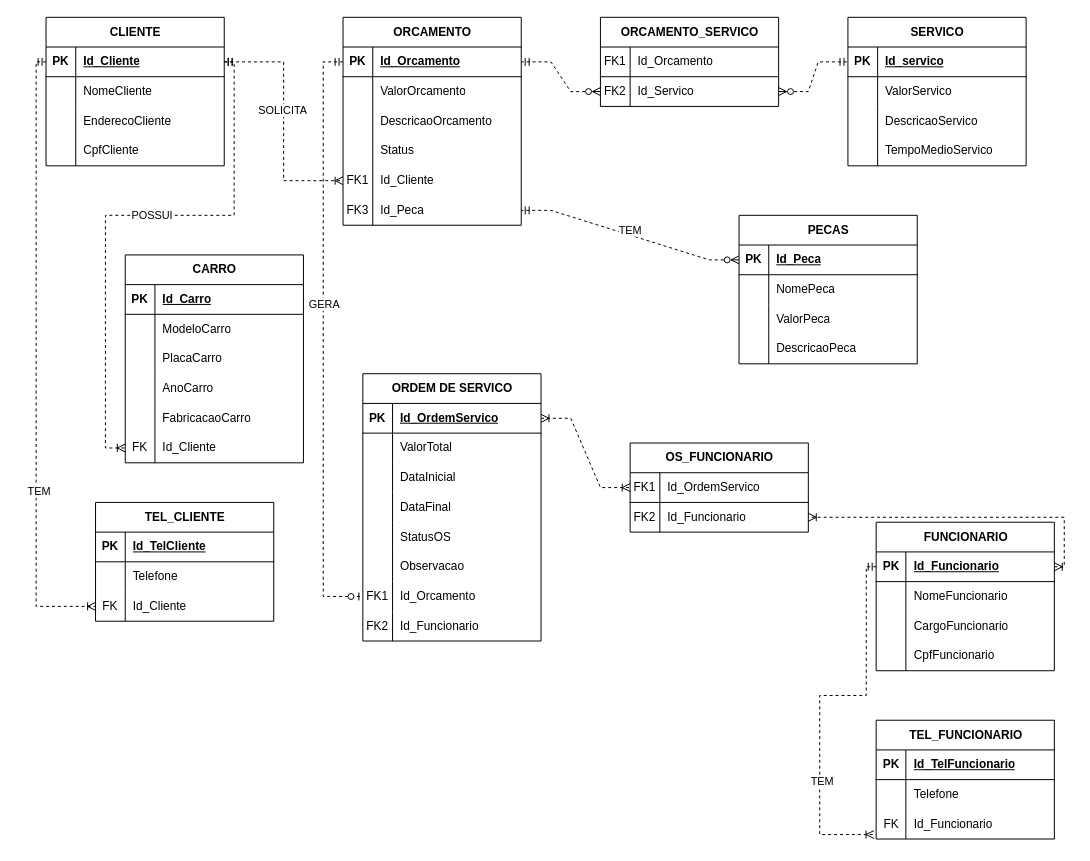
Earlier version of the draw.io diagram Conceitual_AMCamillo.drawio (VyttorRamos/BDDIFSPCJO). Source tidied: cells renumbered, new cells numbered last; positions are measured from the earlier drawing's top-left corner, leaving out a move shared by most shapes. Both pictures are drawn from the tidied source at 99%, with x=0, y=0 at pixel (46, 17).
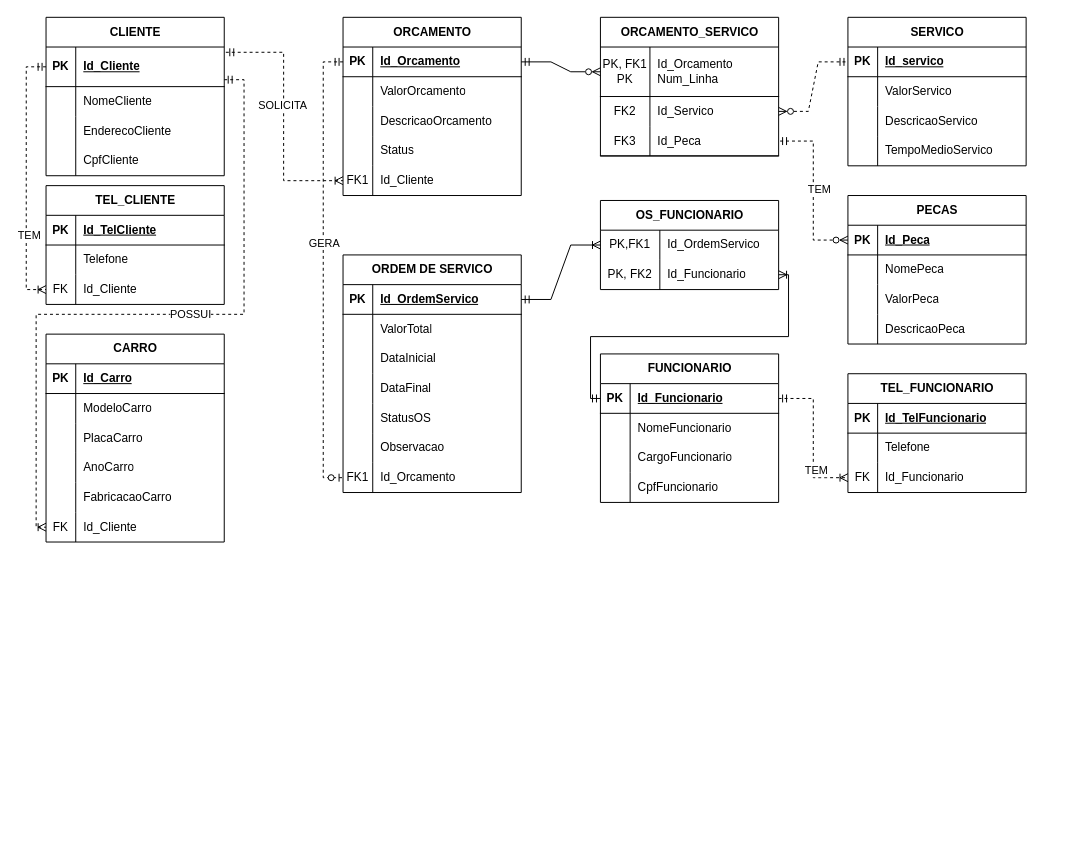
After the change.

Unchanged cells that the change refers to:
```xml
<mxCell id="31" style="shape=tableRow;horizontal=0;startSize=0;swimlaneHead=0;swimlaneBody=0;fillColor=none;points=[[0,0.5],[1,0.5]];portConstraint=eastwest;top=0;left=0;right=0;bottom=0;" parent="15" vertex="1">
  <mxGeometry y="180" width="180" height="30" as="geometry" />
</mxCell>
<mxCell id="35" style="shape=tableRow;horizontal=0;startSize=0;swimlaneHead=0;swimlaneBody=0;fillColor=none;points=[[0,0.5],[1,0.5]];portConstraint=eastwest;top=0;left=0;right=0;bottom=1;" parent="34" vertex="1">
  <mxGeometry y="30" width="180" height="30" as="geometry" />
</mxCell>
<mxCell id="47" style="shape=tableRow;horizontal=0;startSize=0;swimlaneHead=0;swimlaneBody=0;fillColor=none;points=[[0,0.5],[1,0.5]];portConstraint=eastwest;top=0;left=0;right=0;bottom=0;" parent="34" vertex="1">
  <mxGeometry y="150" width="180" height="30" as="geometry" />
</mxCell>
<mxCell id="67" style="shape=tableRow;horizontal=0;startSize=0;swimlaneHead=0;swimlaneBody=0;fillColor=none;points=[[0,0.5],[1,0.5]];portConstraint=eastwest;top=0;left=0;right=0;bottom=1;" parent="66" vertex="1">
  <mxGeometry y="30" width="180" height="30" as="geometry" />
</mxCell>
<mxCell id="85" style="shape=tableRow;horizontal=0;startSize=0;swimlaneHead=0;swimlaneBody=0;fillColor=none;points=[[0,0.5],[1,0.5]];portConstraint=eastwest;top=0;left=0;right=0;bottom=0;" parent="66" vertex="1">
  <mxGeometry y="210" width="180" height="30" as="geometry" />
</mxCell>
<mxCell id="92" style="shape=tableRow;horizontal=0;startSize=0;swimlaneHead=0;swimlaneBody=0;fillColor=none;points=[[0,0.5],[1,0.5]];portConstraint=eastwest;top=0;left=0;right=0;bottom=1;" parent="91" vertex="1">
  <mxGeometry y="30" width="180" height="30" as="geometry" />
</mxCell>
<mxCell id="105" style="shape=tableRow;horizontal=0;startSize=0;swimlaneHead=0;swimlaneBody=0;fillColor=none;points=[[0,0.5],[1,0.5]];portConstraint=eastwest;top=0;left=0;right=0;bottom=1;" parent="104" vertex="1">
  <mxGeometry y="30" width="180" height="30" as="geometry" />
</mxCell>
<mxCell id="124" style="shape=tableRow;horizontal=0;startSize=0;swimlaneHead=0;swimlaneBody=0;fillColor=none;points=[[0,0.5],[1,0.5]];portConstraint=eastwest;top=0;left=0;right=0;bottom=0;" parent="117" vertex="1">
  <mxGeometry y="90" width="180" height="30" as="geometry" />
</mxCell>
<mxCell id="134" style="shape=tableRow;horizontal=0;startSize=0;swimlaneHead=0;swimlaneBody=0;fillColor=none;points=[[0,0.5],[1,0.5]];portConstraint=eastwest;top=0;left=0;right=0;bottom=0;" parent="127" vertex="1">
  <mxGeometry y="90" width="180" height="30" as="geometry" />
</mxCell>
```

Diff of the diagram source:
```diff
@@
     <mxCell id="2" value="CLIENTE" style="shape=table;startSize=30;childLayout=tableLayout;rowLines=0;fontStyle=1;align=center;html=1;" parent="1" vertex="1">
-      <mxGeometry width="180" height="150" as="geometry" />
+      <mxGeometry width="180" height="160" as="geometry" />
     </mxCell>
     <mxCell id="3" style="shape=tableRow;horizontal=0;startSize=0;swimlaneHead=0;swimlaneBody=0;fillColor=none;points=[[0,0.5],[1,0.5]];portConstraint=eastwest;top=0;left=0;right=0;bottom=1;" parent="2" vertex="1">
-      <mxGeometry y="30" width="180" height="30" as="geometry" />
+      <mxGeometry y="30" width="180" height="40" as="geometry" />
     </mxCell>
     <mxCell id="4" value="PK" style="shape=partialRectangle;fillColor=none;top=0;left=0;bottom=0;right=0;fontStyle=1;overflow=hidden;whiteSpace=wrap;html=1;" parent="3" vertex="1">
-      <mxGeometry width="30" height="30" as="geometry" />
+      <mxGeometry width="30" height="40" as="geometry" />
     </mxCell>
     <mxCell id="5" value="Id_Cliente" style="shape=partialRectangle;fillColor=none;top=0;left=0;bottom=0;right=0;align=left;spacingLeft=6;fontStyle=5;overflow=hidden;whiteSpace=wrap;html=1;" parent="3" vertex="1">
-      <mxGeometry x="30" width="150" height="30" as="geometry" />
+      <mxGeometry x="30" width="150" height="40" as="geometry" />
     </mxCell>
     <mxCell id="6" style="shape=tableRow;horizontal=0;startSize=0;swimlaneHead=0;swimlaneBody=0;fillColor=none;top=0;left=0;right=0;bottom=0;" parent="2" vertex="1">
-      <mxGeometry y="60" width="180" height="30" as="geometry" />
+      <mxGeometry y="70" width="180" height="30" as="geometry" />
     </mxCell>
@@
     <mxCell id="9" style="shape=tableRow;horizontal=0;startSize=0;swimlaneHead=0;swimlaneBody=0;fillColor=none;top=0;left=0;right=0;bottom=0;" parent="2" vertex="1">
-      <mxGeometry y="90" width="180" height="30" as="geometry" />
+      <mxGeometry y="100" width="180" height="30" as="geometry" />
     </mxCell>
@@
     <mxCell id="12" style="shape=tableRow;horizontal=0;startSize=0;swimlaneHead=0;swimlaneBody=0;fillColor=none;top=0;left=0;right=0;bottom=0;" parent="2" vertex="1">
-      <mxGeometry y="120" width="180" height="30" as="geometry" />
+      <mxGeometry y="130" width="180" height="30" as="geometry" />
     </mxCell>
@@
     <mxCell id="15" value="CARRO" style="shape=table;startSize=30;childLayout=tableLayout;rowLines=0;fontStyle=1;align=center;html=1;" parent="1" vertex="1">
-      <mxGeometry x="80" y="240" width="180" height="210" as="geometry" />
+      <mxGeometry y="320" width="180" height="210" as="geometry" />
     </mxCell>
@@
     <mxCell id="34" value="ORCAMENTO" style="shape=table;startSize=30;childLayout=tableLayout;rowLines=0;fontStyle=1;align=center;html=1;" parent="1" vertex="1">
-      <mxGeometry x="300" width="180" height="210" as="geometry" />
+      <mxGeometry x="300" width="180" height="180" as="geometry" />
     </mxCell>
@@
-    <mxCell id="50" style="shape=tableRow;horizontal=0;startSize=0;swimlaneHead=0;swimlaneBody=0;fillColor=none;points=[[0,0.5],[1,0.5]];portConstraint=eastwest;top=0;left=0;right=0;bottom=0;" parent="34" vertex="1">
-      <mxGeometry y="180" width="180" height="30" as="geometry" />
-    </mxCell>
-    <mxCell id="51" value="FK3" style="shape=partialRectangle;fillColor=none;top=0;left=0;bottom=0;right=0;overflow=hidden;whiteSpace=wrap;html=1;" parent="50" vertex="1">
-      <mxGeometry width="30" height="30" as="geometry" />
-    </mxCell>
-    <mxCell id="52" value="Id_Peca" style="shape=partialRectangle;fillColor=none;top=0;left=0;bottom=0;right=0;align=left;spacingLeft=6;overflow=hidden;whiteSpace=wrap;html=1;" parent="50" vertex="1">
-      <mxGeometry x="30" width="150" height="30" as="geometry" />
-    </mxCell>
@@
     <mxCell id="66" value="ORDEM DE SERVICO" style="shape=table;startSize=30;childLayout=tableLayout;rowLines=0;fontStyle=1;align=center;html=1;" parent="1" vertex="1">
-      <mxGeometry x="320" y="360" width="180" height="270" as="geometry" />
+      <mxGeometry x="300" y="240" width="180" height="240" as="geometry" />
     </mxCell>
@@
-    <mxCell id="88" style="shape=tableRow;horizontal=0;startSize=0;swimlaneHead=0;swimlaneBody=0;fillColor=none;top=0;left=0;right=0;bottom=0;" parent="66" vertex="1">
-      <mxGeometry y="240" width="180" height="30" as="geometry" />
-    </mxCell>
-    <mxCell id="89" value="FK2" style="shape=partialRectangle;fillColor=none;top=0;left=0;bottom=0;right=0;overflow=hidden;whiteSpace=wrap;html=1;" parent="88" vertex="1">
-      <mxGeometry width="30" height="30" as="geometry" />
-    </mxCell>
-    <mxCell id="90" value="Id_Funcionario" style="shape=partialRectangle;fillColor=none;top=0;left=0;bottom=0;right=0;align=left;spacingLeft=6;overflow=hidden;whiteSpace=wrap;html=1;" parent="88" vertex="1">
-      <mxGeometry x="30" width="150" height="30" as="geometry" />
-    </mxCell>
     <mxCell id="91" value="FUNCIONARIO" style="shape=table;startSize=30;childLayout=tableLayout;rowLines=0;fontStyle=1;align=center;html=1;" parent="1" vertex="1">
-      <mxGeometry x="838.5" y="510" width="180" height="150" as="geometry" />
+      <mxGeometry x="560" y="340" width="180" height="150" as="geometry" />
     </mxCell>
@@
     <mxCell id="104" value="PECAS" style="shape=table;startSize=30;childLayout=tableLayout;rowLines=0;fontStyle=1;align=center;html=1;" parent="1" vertex="1">
-      <mxGeometry x="700" y="200" width="180" height="150" as="geometry" />
+      <mxGeometry x="810" y="180" width="180" height="150" as="geometry" />
     </mxCell>
@@
     <mxCell id="117" value="TEL_FUNCIONARIO" style="shape=table;startSize=30;childLayout=tableLayout;rowLines=0;fontStyle=1;align=center;html=1;" parent="1" vertex="1">
-      <mxGeometry x="838.5" y="710" width="180" height="120" as="geometry" />
+      <mxGeometry x="810" y="360" width="180" height="120" as="geometry" />
     </mxCell>
@@
     <mxCell id="127" value="TEL_CLIENTE" style="shape=table;startSize=30;childLayout=tableLayout;rowLines=0;fontStyle=1;align=center;html=1;" parent="1" vertex="1">
-      <mxGeometry x="50" y="490" width="180" height="120" as="geometry" />
+      <mxGeometry y="170" width="180" height="120" as="geometry" />
     </mxCell>
@@
-    <mxCell id="137" style="edgeStyle=orthogonalEdgeStyle;fontSize=12;html=1;endArrow=ERoneToMany;startArrow=ERmandOne;rounded=0;exitX=1;exitY=0.5;exitDx=0;exitDy=0;entryX=0;entryY=0.5;entryDx=0;entryDy=0;elbow=vertical;dashed=1;" parent="1" edge="1" source="3" target="31">
+    <mxCell id="137" style="fontSize=12;html=1;endArrow=ERoneToMany;startArrow=ERmandOne;rounded=0;entryX=0;entryY=0.5;entryDx=0;entryDy=0;dashed=1;edgeStyle=orthogonalEdgeStyle;" parent="1" edge="1" source="3" target="31">
       <mxGeometry relative="1" as="geometry">
         <Array as="points">
-          <mxPoint x="190" y="45" />
-          <mxPoint x="190" y="200" />
-          <mxPoint x="60" y="200" />
-          <mxPoint x="60" y="435" />
+          <mxPoint x="200" y="63" />
+          <mxPoint x="200" y="300" />
+          <mxPoint x="-10" y="300" />
+          <mxPoint x="-10" y="515" />
         </Array>
       </mxGeometry>
     </mxCell>
@@
     <mxCell id="139" style="fontSize=12;html=1;endArrow=ERoneToMany;startArrow=ERmandOne;rounded=0;exitX=0;exitY=0.5;exitDx=0;exitDy=0;entryX=0;entryY=0.5;entryDx=0;entryDy=0;elbow=vertical;dashed=1;edgeStyle=orthogonalEdgeStyle;" parent="1" edge="1" source="3" target="134">
-      <mxGeometry relative="1" as="geometry" />
+      <mxGeometry relative="1" as="geometry">
+        <Array as="points">
+          <mxPoint x="-20" y="50" />
+          <mxPoint x="-20" y="275" />
+        </Array>
+      </mxGeometry>
     </mxCell>
@@
-    <mxCell id="141" style="fontSize=12;html=1;endArrow=ERoneToMany;startArrow=ERmandOne;rounded=0;exitX=0;exitY=0.5;exitDx=0;exitDy=0;entryX=-0.012;entryY=0.849;entryDx=0;entryDy=0;elbow=vertical;dashed=1;entryPerimeter=0;edgeStyle=orthogonalEdgeStyle;" parent="1" edge="1" source="92" target="124">
-      <mxGeometry relative="1" as="geometry">
-        <Array as="points">
-          <mxPoint x="828.5" y="555" />
-          <mxPoint x="828.5" y="685" />
-          <mxPoint x="781.5" y="685" />
-          <mxPoint x="781.5" y="825" />
-        </Array>
-      </mxGeometry>
+    <mxCell id="141" style="fontSize=12;html=1;endArrow=ERoneToMany;startArrow=ERmandOne;rounded=0;entryX=0;entryY=0.5;entryDx=0;entryDy=0;elbow=vertical;dashed=1;edgeStyle=orthogonalEdgeStyle;exitX=1;exitY=0.5;exitDx=0;exitDy=0;" parent="1" edge="1" source="92" target="124">
+      <mxGeometry relative="1" as="geometry" />
     </mxCell>
@@
-    <mxCell id="143" style="fontSize=12;html=1;endArrow=ERoneToMany;startArrow=ERmandOne;rounded=0;exitX=1;exitY=0.5;exitDx=0;exitDy=0;entryX=0;entryY=0.5;entryDx=0;entryDy=0;elbow=vertical;dashed=1;edgeStyle=orthogonalEdgeStyle;" parent="1" edge="1" source="3" target="47">
+    <mxCell id="143" style="fontSize=12;html=1;endArrow=ERoneToMany;startArrow=ERmandOne;rounded=0;exitX=1.009;exitY=0.133;exitDx=0;exitDy=0;entryX=0;entryY=0.5;entryDx=0;entryDy=0;elbow=vertical;dashed=1;edgeStyle=orthogonalEdgeStyle;exitPerimeter=0;" parent="1" edge="1" source="3" target="47">
       <mxGeometry relative="1" as="geometry" />
     </mxCell>
@@
-    <mxCell id="145" style="edgeStyle=entityRelationEdgeStyle;fontSize=12;html=1;endArrow=ERmandOne;endFill=0;startArrow=ERzeroToMany;rounded=0;entryX=1;entryY=0.5;entryDx=0;entryDy=0;exitX=0;exitY=0.5;exitDx=0;exitDy=0;dashed=1;startFill=0;" parent="1" edge="1" source="150" target="35">
-      <mxGeometry relative="1" as="geometry" />
+    <mxCell id="145" style="edgeStyle=entityRelationEdgeStyle;fontSize=12;html=1;endArrow=ERmandOne;endFill=0;startArrow=ERzeroToMany;rounded=0;entryX=1;entryY=0.5;entryDx=0;entryDy=0;exitX=0;exitY=0.5;exitDx=0;exitDy=0;startFill=0;" parent="1" edge="1" source="147" target="35">
+      <mxGeometry relative="1" as="geometry">
+        <Array as="points">
+          <mxPoint x="550" y="50" />
+        </Array>
+      </mxGeometry>
     </mxCell>
     <mxCell id="146" value="ORCAMENTO_SERVICO" style="shape=table;startSize=30;childLayout=tableLayout;rowLines=0;fontStyle=1;align=center;html=1;" parent="1" vertex="1">
-      <mxGeometry x="560" width="180" height="90" as="geometry" />
+      <mxGeometry x="560" width="180" height="140" as="geometry" />
     </mxCell>
     <mxCell id="147" style="shape=tableRow;horizontal=0;startSize=0;swimlaneHead=0;swimlaneBody=0;fillColor=none;points=[[0,0.5],[1,0.5]];portConstraint=eastwest;top=0;left=0;right=0;bottom=1;" parent="146" vertex="1">
-      <mxGeometry y="30" width="180" height="30" as="geometry" />
+      <mxGeometry y="30" width="180" height="50" as="geometry" />
     </mxCell>
-    <mxCell id="148" value="FK1" style="shape=partialRectangle;fillColor=none;top=0;left=0;bottom=0;right=0;fontStyle=0;overflow=hidden;whiteSpace=wrap;html=1;" parent="147" vertex="1">
-      <mxGeometry width="30" height="30" as="geometry" />
+    <mxCell id="148" value="PK, FK1&lt;div&gt;PK&lt;/div&gt;" style="shape=partialRectangle;fillColor=none;top=0;left=0;bottom=0;right=0;fontStyle=0;overflow=hidden;whiteSpace=wrap;html=1;" parent="147" vertex="1">
+      <mxGeometry width="50" height="50" as="geometry" />
     </mxCell>
-    <mxCell id="149" value="Id_Orcamento" style="shape=partialRectangle;fillColor=none;top=0;left=0;bottom=0;right=0;align=left;spacingLeft=6;fontStyle=0;overflow=hidden;whiteSpace=wrap;html=1;" parent="147" vertex="1">
-      <mxGeometry x="30" width="150" height="30" as="geometry" />
+    <mxCell id="149" value="Id_Orcamento&lt;div&gt;Num_Linha&lt;/div&gt;" style="shape=partialRectangle;fillColor=none;top=0;left=0;bottom=0;right=0;align=left;spacingLeft=6;fontStyle=0;overflow=hidden;whiteSpace=wrap;html=1;" parent="147" vertex="1">
+      <mxGeometry x="50" width="130" height="50" as="geometry" />
     </mxCell>
     <mxCell id="150" style="shape=tableRow;horizontal=0;startSize=0;swimlaneHead=0;swimlaneBody=0;fillColor=none;points=[[0,0.5],[1,0.5]];portConstraint=eastwest;top=0;left=0;right=0;bottom=0;" parent="146" vertex="1">
-      <mxGeometry y="60" width="180" height="30" as="geometry" />
+      <mxGeometry y="80" width="180" height="30" as="geometry" />
     </mxCell>
     <mxCell id="151" value="FK2" style="shape=partialRectangle;fillColor=none;top=0;left=0;bottom=0;right=0;overflow=hidden;whiteSpace=wrap;html=1;" parent="150" vertex="1">
-      <mxGeometry width="30" height="30" as="geometry" />
+      <mxGeometry width="50" height="30" as="geometry" />
     </mxCell>
     <mxCell id="152" value="Id_Servico" style="shape=partialRectangle;fillColor=none;top=0;left=0;bottom=0;right=0;align=left;spacingLeft=6;overflow=hidden;whiteSpace=wrap;html=1;" parent="150" vertex="1">
-      <mxGeometry x="30" width="150" height="30" as="geometry" />
+      <mxGeometry x="50" width="130" height="30" as="geometry" />
     </mxCell>
+    <mxCell id="167" style="shape=tableRow;horizontal=0;startSize=0;swimlaneHead=0;swimlaneBody=0;fillColor=none;points=[[0,0.5],[1,0.5]];portConstraint=eastwest;top=0;left=0;right=0;bottom=1;" parent="146" vertex="1">
+      <mxGeometry y="110" width="180" height="30" as="geometry" />
+    </mxCell>
+    <mxCell id="51" value="FK3" style="shape=partialRectangle;fillColor=none;top=0;left=0;bottom=0;right=0;fontStyle=0;overflow=hidden;whiteSpace=wrap;html=1;" parent="167" vertex="1">
+      <mxGeometry width="50" height="30" as="geometry" />
+    </mxCell>
+    <mxCell id="52" value="Id_Peca" style="shape=partialRectangle;fillColor=none;top=0;left=0;bottom=0;right=0;align=left;spacingLeft=6;fontStyle=0;overflow=hidden;whiteSpace=wrap;html=1;" parent="167" vertex="1">
+      <mxGeometry x="50" width="130" height="30" as="geometry" />
+    </mxCell>
@@
     <mxCell id="154" style="fontSize=12;html=1;endArrow=ERzeroToOne;startArrow=ERmandOne;rounded=0;entryX=0;entryY=0.5;entryDx=0;entryDy=0;exitX=0;exitY=0.5;exitDx=0;exitDy=0;dashed=1;edgeStyle=orthogonalEdgeStyle;" parent="1" edge="1" source="35" target="85">
       <mxGeometry relative="1" as="geometry">
         <Array as="points">
           <mxPoint x="280" y="45" />
-          <mxPoint x="280" y="585" />
+          <mxPoint x="280" y="465" />
         </Array>
       </mxGeometry>
     </mxCell>
@@
     <mxCell id="156" value="OS_FUNCIONARIO" style="shape=table;startSize=30;childLayout=tableLayout;rowLines=0;fontStyle=1;align=center;html=1;" parent="1" vertex="1">
-      <mxGeometry x="590" y="430" width="180" height="90" as="geometry" />
+      <mxGeometry x="560" y="185" width="180" height="90" as="geometry" />
     </mxCell>
-    <mxCell id="157" style="shape=tableRow;horizontal=0;startSize=0;swimlaneHead=0;swimlaneBody=0;fillColor=none;points=[[0,0.5],[1,0.5]];portConstraint=eastwest;top=0;left=0;right=0;bottom=1;" parent="156" vertex="1">
-      <mxGeometry y="30" width="180" height="30" as="geometry" />
-    </mxCell>
-    <mxCell id="158" value="FK1" style="shape=partialRectangle;fillColor=none;top=0;left=0;bottom=0;right=0;fontStyle=0;overflow=hidden;whiteSpace=wrap;html=1;" parent="157" vertex="1">
-      <mxGeometry width="30" height="30" as="geometry" />
-    </mxCell>
-    <mxCell id="159" value="Id_OrdemServico" style="shape=partialRectangle;fillColor=none;top=0;left=0;bottom=0;right=0;align=left;spacingLeft=6;fontStyle=0;overflow=hidden;whiteSpace=wrap;html=1;" parent="157" vertex="1">
-      <mxGeometry x="30" width="150" height="30" as="geometry" />
-    </mxCell>
     <mxCell id="160" style="shape=tableRow;horizontal=0;startSize=0;swimlaneHead=0;swimlaneBody=0;fillColor=none;points=[[0,0.5],[1,0.5]];portConstraint=eastwest;top=0;left=0;right=0;bottom=0;" parent="156" vertex="1">
-      <mxGeometry y="60" width="180" height="30" as="geometry" />
+      <mxGeometry y="30" width="180" height="30" as="geometry" />
     </mxCell>
-    <mxCell id="161" value="FK2" style="shape=partialRectangle;fillColor=none;top=0;left=0;bottom=0;right=0;overflow=hidden;whiteSpace=wrap;html=1;" parent="160" vertex="1">
-      <mxGeometry width="30" height="30" as="geometry" />
+    <mxCell id="161" value="PK,FK1" style="shape=partialRectangle;fillColor=none;top=0;left=0;bottom=0;right=0;overflow=hidden;whiteSpace=wrap;html=1;" parent="160" vertex="1">
+      <mxGeometry width="60" height="30" as="geometry" />
     </mxCell>
-    <mxCell id="162" value="Id_Funcionario" style="shape=partialRectangle;fillColor=none;top=0;left=0;bottom=0;right=0;align=left;spacingLeft=6;overflow=hidden;whiteSpace=wrap;html=1;" parent="160" vertex="1">
-      <mxGeometry x="30" width="150" height="30" as="geometry" />
+    <mxCell id="162" value="Id_OrdemServico" style="shape=partialRectangle;fillColor=none;top=0;left=0;bottom=0;right=0;align=left;spacingLeft=6;overflow=hidden;whiteSpace=wrap;html=1;" parent="160" vertex="1">
+      <mxGeometry x="60" width="120" height="30" as="geometry" />
     </mxCell>
+    <mxCell id="168" style="shape=tableRow;horizontal=0;startSize=0;swimlaneHead=0;swimlaneBody=0;fillColor=none;points=[[0,0.5],[1,0.5]];portConstraint=eastwest;top=0;left=0;right=0;bottom=0;" parent="156" vertex="1">
+      <mxGeometry y="60" width="180" height="30" as="geometry" />
+    </mxCell>
+    <mxCell id="169" value="PK, FK2" style="shape=partialRectangle;fillColor=none;top=0;left=0;bottom=0;right=0;overflow=hidden;whiteSpace=wrap;html=1;" parent="168" vertex="1">
+      <mxGeometry width="60" height="30" as="geometry" />
+    </mxCell>
+    <mxCell id="90" value="Id_Funcionario" style="shape=partialRectangle;fillColor=none;top=0;left=0;bottom=0;right=0;align=left;spacingLeft=6;overflow=hidden;whiteSpace=wrap;html=1;" parent="168" vertex="1">
+      <mxGeometry x="60" width="120" height="30" as="geometry" />
+    </mxCell>
-    <mxCell id="163" style="edgeStyle=entityRelationEdgeStyle;fontSize=12;html=1;endArrow=ERoneToMany;startArrow=ERoneToMany;rounded=0;exitX=1;exitY=0.5;exitDx=0;exitDy=0;entryX=0;entryY=0.5;entryDx=0;entryDy=0;dashed=1;" parent="1" edge="1" source="67" target="157">
+    <mxCell id="163" style="edgeStyle=entityRelationEdgeStyle;fontSize=12;html=1;endArrow=ERoneToMany;startArrow=ERmandOne;rounded=0;exitX=1;exitY=0.5;exitDx=0;exitDy=0;entryX=0;entryY=0.5;entryDx=0;entryDy=0;startFill=0;" parent="1" edge="1" source="67" target="160">
       <mxGeometry relative="1" as="geometry" />
     </mxCell>
-    <mxCell id="164" style="edgeStyle=orthogonalEdgeStyle;fontSize=12;html=1;endArrow=ERoneToMany;startArrow=ERoneToMany;rounded=0;exitX=1;exitY=0.5;exitDx=0;exitDy=0;entryX=1;entryY=0.5;entryDx=0;entryDy=0;dashed=1;" parent="1" edge="1" source="92" target="160">
+    <mxCell id="164" style="edgeStyle=orthogonalEdgeStyle;fontSize=12;html=1;endArrow=ERoneToMany;startArrow=ERmandOne;rounded=0;entryX=1;entryY=0.5;entryDx=0;entryDy=0;exitX=0;exitY=0.5;exitDx=0;exitDy=0;endFill=0;startFill=0;" parent="1" edge="1" source="92" target="168">
       <mxGeometry relative="1" as="geometry" />
     </mxCell>
-    <mxCell id="165" style="edgeStyle=entityRelationEdgeStyle;fontSize=12;html=1;endArrow=ERmandOne;endFill=0;startArrow=ERzeroToMany;rounded=0;exitX=0;exitY=0.5;exitDx=0;exitDy=0;dashed=1;startFill=0;entryX=1;entryY=0.5;entryDx=0;entryDy=0;" parent="1" edge="1" source="105" target="50">
+    <mxCell id="165" style="fontSize=12;html=1;endArrow=ERmandOne;endFill=0;startArrow=ERzeroToMany;rounded=0;exitX=0;exitY=0.5;exitDx=0;exitDy=0;dashed=1;startFill=0;entryX=1;entryY=0.5;entryDx=0;entryDy=0;edgeStyle=orthogonalEdgeStyle;elbow=vertical;" parent="1" edge="1" source="105" target="167">
       <mxGeometry relative="1" as="geometry" />
     </mxCell>
```
